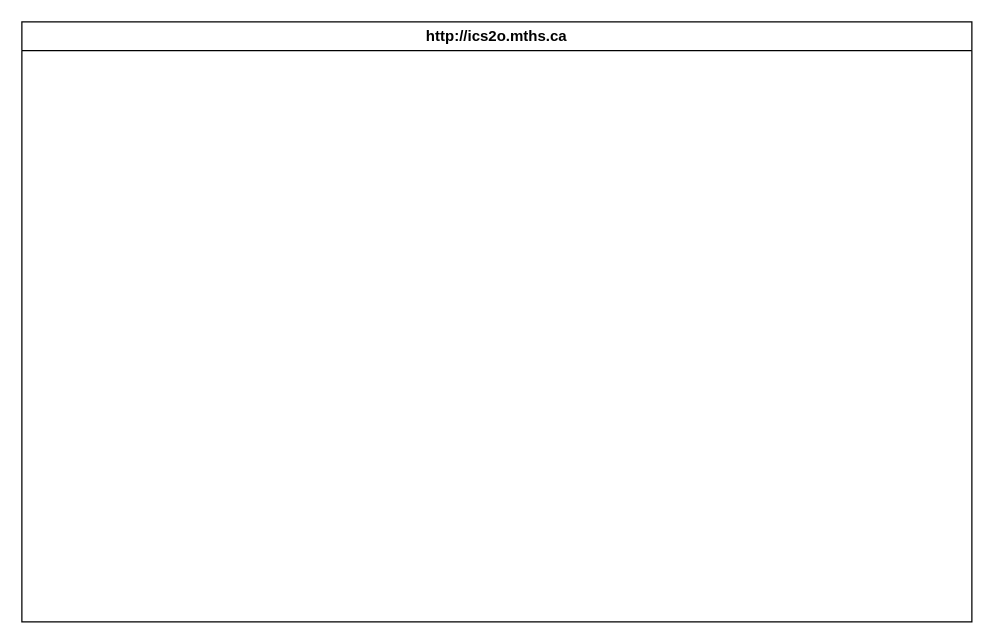
Earlier version of the draw.io diagram design/storyboard.drawio (MTHS-ICS2O-2-2022/ICS2O-Unit-3-01-rachel-oromo). Source tidied: cells renumbered, new cells numbered last; positions are measured from the earlier drawing's top-left corner, leaving out a move shared by most shapes. Both pictures are drawn from the tidied source at 125%, with x=0, y=0 at pixel (21, 21).
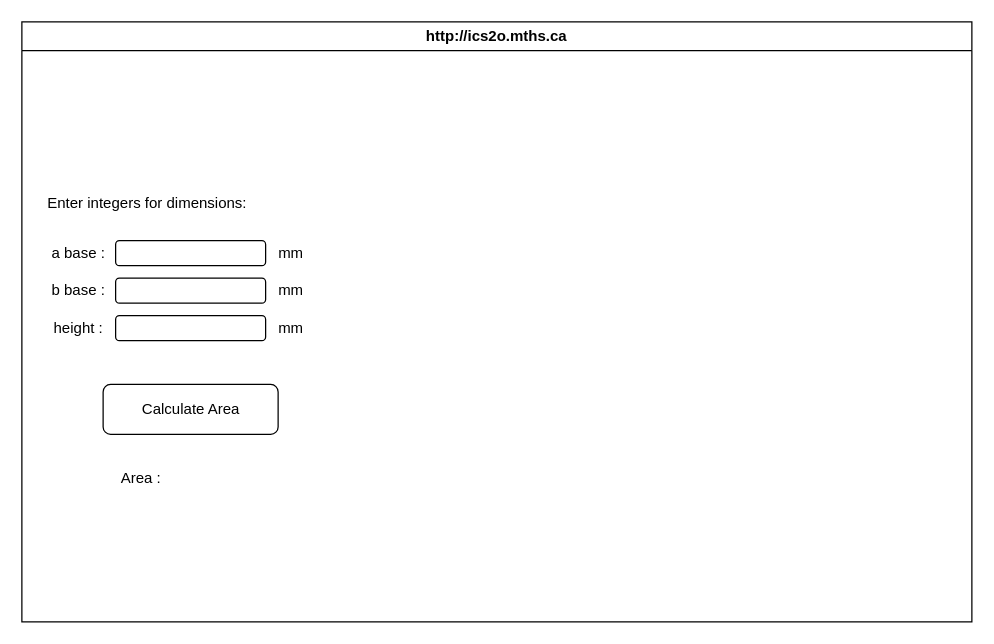
The same page after the edit.

Change to the diagram source:
```diff
@@
 <mxGraphModel>
   <root>
     <mxCell id="0" />
     <mxCell id="1" parent="0" />
     <mxCell id="2" value="http://ics2o.mths.ca" style="swimlane;whiteSpace=wrap;html=1;" parent="1" vertex="1">
       <mxGeometry width="760" height="480" as="geometry" />
     </mxCell>
+    <mxCell id="3" value="Enter integers for dimensions:" style="text;html=1;align=center;verticalAlign=middle;strokeColor=none;fillColor=none;" parent="2" vertex="1">
+      <mxGeometry x="10" y="130" width="180" height="30" as="geometry" />
+    </mxCell>
+    <mxCell id="4" value="a base :" style="text;html=1;align=center;verticalAlign=middle;strokeColor=none;fillColor=none;" parent="2" vertex="1">
+      <mxGeometry x="10" y="170" width="70" height="30" as="geometry" />
+    </mxCell>
+    <mxCell id="5" value="b base :" style="text;html=1;align=center;verticalAlign=middle;strokeColor=none;fillColor=none;" parent="2" vertex="1">
+      <mxGeometry x="10" y="200" width="70" height="30" as="geometry" />
+    </mxCell>
+    <mxCell id="6" value="height :" style="text;html=1;align=center;verticalAlign=middle;strokeColor=none;fillColor=none;" parent="2" vertex="1">
+      <mxGeometry x="15" y="230" width="60" height="30" as="geometry" />
+    </mxCell>
+    <mxCell id="7" style="rounded=1;whiteSpace=wrap;html=1;" parent="2" vertex="1">
+      <mxGeometry x="75" y="175" width="120" height="20" as="geometry" />
+    </mxCell>
+    <mxCell id="8" style="rounded=1;whiteSpace=wrap;html=1;" parent="2" vertex="1">
+      <mxGeometry x="75" y="205" width="120" height="20" as="geometry" />
+    </mxCell>
+    <mxCell id="9" style="rounded=1;whiteSpace=wrap;html=1;" parent="2" vertex="1">
+      <mxGeometry x="75" y="235" width="120" height="20" as="geometry" />
+    </mxCell>
+    <mxCell id="10" value="mm" style="text;html=1;align=center;verticalAlign=middle;strokeColor=none;fillColor=none;" parent="2" vertex="1">
+      <mxGeometry x="195" y="170" width="40" height="30" as="geometry" />
+    </mxCell>
+    <mxCell id="11" value="mm" style="text;html=1;align=center;verticalAlign=middle;strokeColor=none;fillColor=none;" parent="2" vertex="1">
+      <mxGeometry x="195" y="200" width="40" height="30" as="geometry" />
+    </mxCell>
+    <mxCell id="12" value="mm" style="text;html=1;align=center;verticalAlign=middle;strokeColor=none;fillColor=none;" parent="2" vertex="1">
+      <mxGeometry x="195" y="230" width="40" height="30" as="geometry" />
+    </mxCell>
+    <mxCell id="13" style="rounded=1;whiteSpace=wrap;html=1;" parent="2" vertex="1">
+      <mxGeometry x="65" y="290" width="140" height="40" as="geometry" />
+    </mxCell>
+    <mxCell id="14" value="Calculate Area" style="text;html=1;align=center;verticalAlign=middle;strokeColor=none;fillColor=none;" parent="2" vertex="1">
+      <mxGeometry x="85" y="295" width="100" height="30" as="geometry" />
+    </mxCell>
+    <mxCell id="15" value="Area :" style="text;html=1;align=center;verticalAlign=middle;strokeColor=none;fillColor=none;" parent="2" vertex="1">
+      <mxGeometry x="65" y="350" width="60" height="30" as="geometry" />
+    </mxCell>
   </root>
 </mxGraphModel>
```
